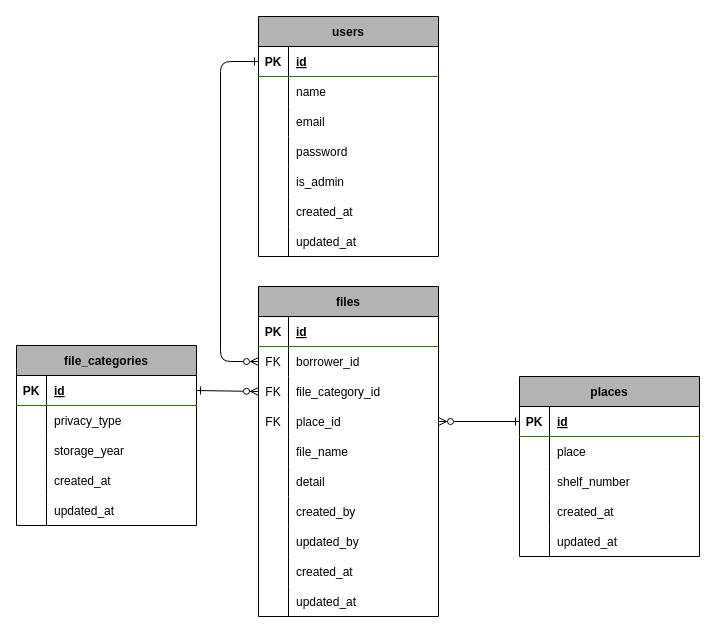
This is page "ER図" (1 of 4) of sql/ER.dio from chie-hira/documents-management-API, a draw.io file, before an edit. Source tidied: cells renumbered, new cells numbered last; positions are measured from the earlier drawing's top-left corner, leaving out a move shared by most shapes. Both pictures are drawn from the tidied source at 100%, with x=0, y=0 at pixel (16, 16).
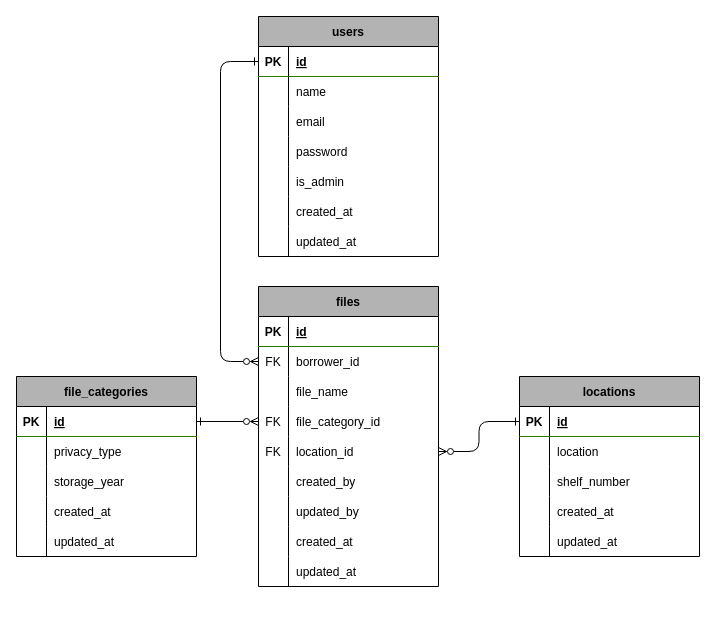
The same page after the edit.

Unchanged cells that the change refers to:
```xml
<mxCell id="28" style="shape=tableRow;horizontal=0;startSize=0;swimlaneHead=0;swimlaneBody=0;fillColor=none;top=0;left=0;right=0;bottom=0;strokeColor=#FFFFFF;strokeWidth=1;fontFamily=Helvetica;fontSize=12;fontColor=#000000;" parent="24" vertex="1">
  <mxGeometry y="60" width="180" height="30" as="geometry" />
</mxCell>
```

The edit, as a diff of the source:
```diff
@@
-    <mxCell id="24" value="places" style="shape=table;startSize=30;childLayout=tableLayout;rowLines=0;fontStyle=1;align=center;strokeWidth=1;fontFamily=Helvetica;fontSize=12;fillColor=#B3B3B3;fontColor=#000000;strokeColor=#000000;" parent="1" vertex="1">
+    <mxCell id="24" value="locations" style="shape=table;startSize=30;childLayout=tableLayout;rowLines=0;fontStyle=1;align=center;strokeWidth=1;fontFamily=Helvetica;fontSize=12;fillColor=#B3B3B3;fontColor=#000000;strokeColor=#000000;" parent="1" vertex="1">
       <mxGeometry x="503" y="360" width="180" height="180" as="geometry" />
     </mxCell>
@@
-    <mxCell id="30" value="place" style="shape=partialRectangle;fillColor=none;top=0;left=0;bottom=0;right=0;align=left;spacingLeft=6;overflow=hidden;strokeColor=#2D7600;strokeWidth=1;fontFamily=Helvetica;fontSize=12;fontColor=#000000;startSize=30;" parent="28" vertex="1">
+    <mxCell id="30" value="location" style="shape=partialRectangle;fillColor=none;top=0;left=0;bottom=0;right=0;align=left;spacingLeft=6;overflow=hidden;strokeColor=#2D7600;strokeWidth=1;fontFamily=Helvetica;fontSize=12;fontColor=#000000;startSize=30;" parent="28" vertex="1">
       <mxGeometry x="30" width="150" height="30" as="geometry" />
     </mxCell>
@@
     <mxCell id="40" value="files" style="shape=table;startSize=30;childLayout=tableLayout;rowLines=0;fontStyle=1;align=center;strokeWidth=1;fontFamily=Helvetica;fontSize=12;fillColor=#B3B3B3;fontColor=#000000;strokeColor=#000000;" parent="1" vertex="1">
-      <mxGeometry x="242" y="270" width="180" height="330" as="geometry" />
+      <mxGeometry x="242" y="270" width="180" height="300" as="geometry" />
     </mxCell>
@@
+    <mxCell id="53" style="shape=tableRow;horizontal=0;startSize=0;swimlaneHead=0;swimlaneBody=0;fillColor=none;top=0;left=0;right=0;bottom=0;strokeColor=#FFFFFF;strokeWidth=1;fontFamily=Helvetica;fontSize=12;fontColor=#000000;" parent="40" vertex="1">
+      <mxGeometry y="90" width="180" height="30" as="geometry" />
+    </mxCell>
+    <mxCell id="54" style="shape=partialRectangle;fillColor=none;top=0;left=0;bottom=0;right=0;overflow=hidden;strokeColor=#2D7600;strokeWidth=1;fontFamily=Helvetica;fontSize=12;fontColor=#000000;startSize=30;" parent="53" vertex="1">
+      <mxGeometry width="30" height="30" as="geometry" />
+    </mxCell>
+    <mxCell id="55" value="file_name" style="shape=partialRectangle;fillColor=none;top=0;left=0;bottom=0;right=0;align=left;spacingLeft=6;overflow=hidden;strokeColor=#2D7600;strokeWidth=1;fontFamily=Helvetica;fontSize=12;fontColor=#000000;startSize=30;" parent="53" vertex="1">
+      <mxGeometry x="30" width="150" height="30" as="geometry" />
+    </mxCell>
     <mxCell id="47" style="shape=tableRow;horizontal=0;startSize=0;swimlaneHead=0;swimlaneBody=0;fillColor=none;points=[[0,0.5],[1,0.5]];portConstraint=eastwest;top=0;left=0;right=0;bottom=0;strokeColor=#FFFFFF;strokeWidth=1;fontFamily=Helvetica;fontSize=12;fontColor=#000000;" parent="40" vertex="1">
-      <mxGeometry y="90" width="180" height="30" as="geometry" />
+      <mxGeometry y="120" width="180" height="30" as="geometry" />
     </mxCell>
@@
     <mxCell id="50" style="shape=tableRow;horizontal=0;startSize=0;swimlaneHead=0;swimlaneBody=0;fillColor=none;points=[[0,0.5],[1,0.5]];portConstraint=eastwest;top=0;left=0;right=0;bottom=0;strokeColor=#FFFFFF;strokeWidth=1;fontFamily=Helvetica;fontSize=12;fontColor=#000000;" parent="40" vertex="1">
-      <mxGeometry y="120" width="180" height="30" as="geometry" />
+      <mxGeometry y="150" width="180" height="30" as="geometry" />
     </mxCell>
@@
-    <mxCell id="52" value="place_id" style="shape=partialRectangle;fillColor=none;top=0;left=0;bottom=0;right=0;align=left;spacingLeft=6;overflow=hidden;strokeColor=#2D7600;strokeWidth=1;fontFamily=Helvetica;fontSize=12;fontColor=#000000;startSize=30;" parent="50" vertex="1">
+    <mxCell id="52" value="location_id" style="shape=partialRectangle;fillColor=none;top=0;left=0;bottom=0;right=0;align=left;spacingLeft=6;overflow=hidden;strokeColor=#2D7600;strokeWidth=1;fontFamily=Helvetica;fontSize=12;fontColor=#000000;startSize=30;" parent="50" vertex="1">
       <mxGeometry x="30" width="150" height="30" as="geometry" />
     </mxCell>
-    <mxCell id="53" style="shape=tableRow;horizontal=0;startSize=0;swimlaneHead=0;swimlaneBody=0;fillColor=none;top=0;left=0;right=0;bottom=0;strokeColor=#FFFFFF;strokeWidth=1;fontFamily=Helvetica;fontSize=12;fontColor=#000000;" parent="40" vertex="1">
-      <mxGeometry y="150" width="180" height="30" as="geometry" />
-    </mxCell>
-    <mxCell id="54" style="shape=partialRectangle;fillColor=none;top=0;left=0;bottom=0;right=0;overflow=hidden;strokeColor=#2D7600;strokeWidth=1;fontFamily=Helvetica;fontSize=12;fontColor=#000000;startSize=30;" parent="53" vertex="1">
-      <mxGeometry width="30" height="30" as="geometry" />
-    </mxCell>
-    <mxCell id="55" value="file_name" style="shape=partialRectangle;fillColor=none;top=0;left=0;bottom=0;right=0;align=left;spacingLeft=6;overflow=hidden;strokeColor=#2D7600;strokeWidth=1;fontFamily=Helvetica;fontSize=12;fontColor=#000000;startSize=30;" parent="53" vertex="1">
-      <mxGeometry x="30" width="150" height="30" as="geometry" />
-    </mxCell>
-    <mxCell id="56" style="shape=tableRow;horizontal=0;startSize=0;swimlaneHead=0;swimlaneBody=0;fillColor=none;top=0;left=0;right=0;bottom=0;strokeColor=#FFFFFF;strokeWidth=1;fontFamily=Helvetica;fontSize=12;fontColor=#000000;" parent="40" vertex="1">
-      <mxGeometry y="180" width="180" height="30" as="geometry" />
-    </mxCell>
-    <mxCell id="57" style="shape=partialRectangle;fillColor=none;top=0;left=0;bottom=0;right=0;overflow=hidden;strokeColor=#2D7600;strokeWidth=1;fontFamily=Helvetica;fontSize=12;fontColor=#000000;startSize=30;" parent="56" vertex="1">
-      <mxGeometry width="30" height="30" as="geometry" />
-    </mxCell>
-    <mxCell id="58" value="detail" style="shape=partialRectangle;fillColor=none;top=0;left=0;bottom=0;right=0;align=left;spacingLeft=6;overflow=hidden;strokeColor=#2D7600;strokeWidth=1;fontFamily=Helvetica;fontSize=12;fontColor=#000000;startSize=30;" parent="56" vertex="1">
-      <mxGeometry x="30" width="150" height="30" as="geometry" />
-    </mxCell>
     <mxCell id="59" style="shape=tableRow;horizontal=0;startSize=0;swimlaneHead=0;swimlaneBody=0;fillColor=none;top=0;left=0;right=0;bottom=0;strokeColor=#FFFFFF;strokeWidth=1;fontFamily=Helvetica;fontSize=12;fontColor=#000000;" parent="40" vertex="1">
-      <mxGeometry y="210" width="180" height="30" as="geometry" />
+      <mxGeometry y="180" width="180" height="30" as="geometry" />
     </mxCell>
@@
     <mxCell id="62" style="shape=tableRow;horizontal=0;startSize=0;swimlaneHead=0;swimlaneBody=0;fillColor=none;top=0;left=0;right=0;bottom=0;strokeColor=#FFFFFF;strokeWidth=1;fontFamily=Helvetica;fontSize=12;fontColor=#000000;" parent="40" vertex="1">
-      <mxGeometry y="240" width="180" height="30" as="geometry" />
+      <mxGeometry y="210" width="180" height="30" as="geometry" />
     </mxCell>
@@
     <mxCell id="65" style="shape=tableRow;horizontal=0;startSize=0;swimlaneHead=0;swimlaneBody=0;fillColor=none;top=0;left=0;right=0;bottom=0;strokeColor=#FFFFFF;strokeWidth=1;fontFamily=Helvetica;fontSize=12;fontColor=#000000;" parent="40" vertex="1">
-      <mxGeometry y="270" width="180" height="30" as="geometry" />
+      <mxGeometry y="240" width="180" height="30" as="geometry" />
     </mxCell>
@@
     <mxCell id="68" style="shape=tableRow;horizontal=0;startSize=0;swimlaneHead=0;swimlaneBody=0;fillColor=none;top=0;left=0;right=0;bottom=0;strokeColor=#FFFFFF;strokeWidth=1;fontFamily=Helvetica;fontSize=12;fontColor=#000000;" parent="40" vertex="1">
-      <mxGeometry y="300" width="180" height="30" as="geometry" />
+      <mxGeometry y="270" width="180" height="30" as="geometry" />
     </mxCell>
@@
     <mxCell id="73" value="file_categories" style="shape=table;startSize=30;childLayout=tableLayout;rowLines=0;fontStyle=1;align=center;strokeWidth=1;fontFamily=Helvetica;fontSize=12;fillColor=#B3B3B3;fontColor=#000000;strokeColor=#000000;" parent="1" vertex="1">
-      <mxGeometry y="329" width="180" height="180" as="geometry" />
+      <mxGeometry y="360" width="180" height="180" as="geometry" />
     </mxCell>
```
